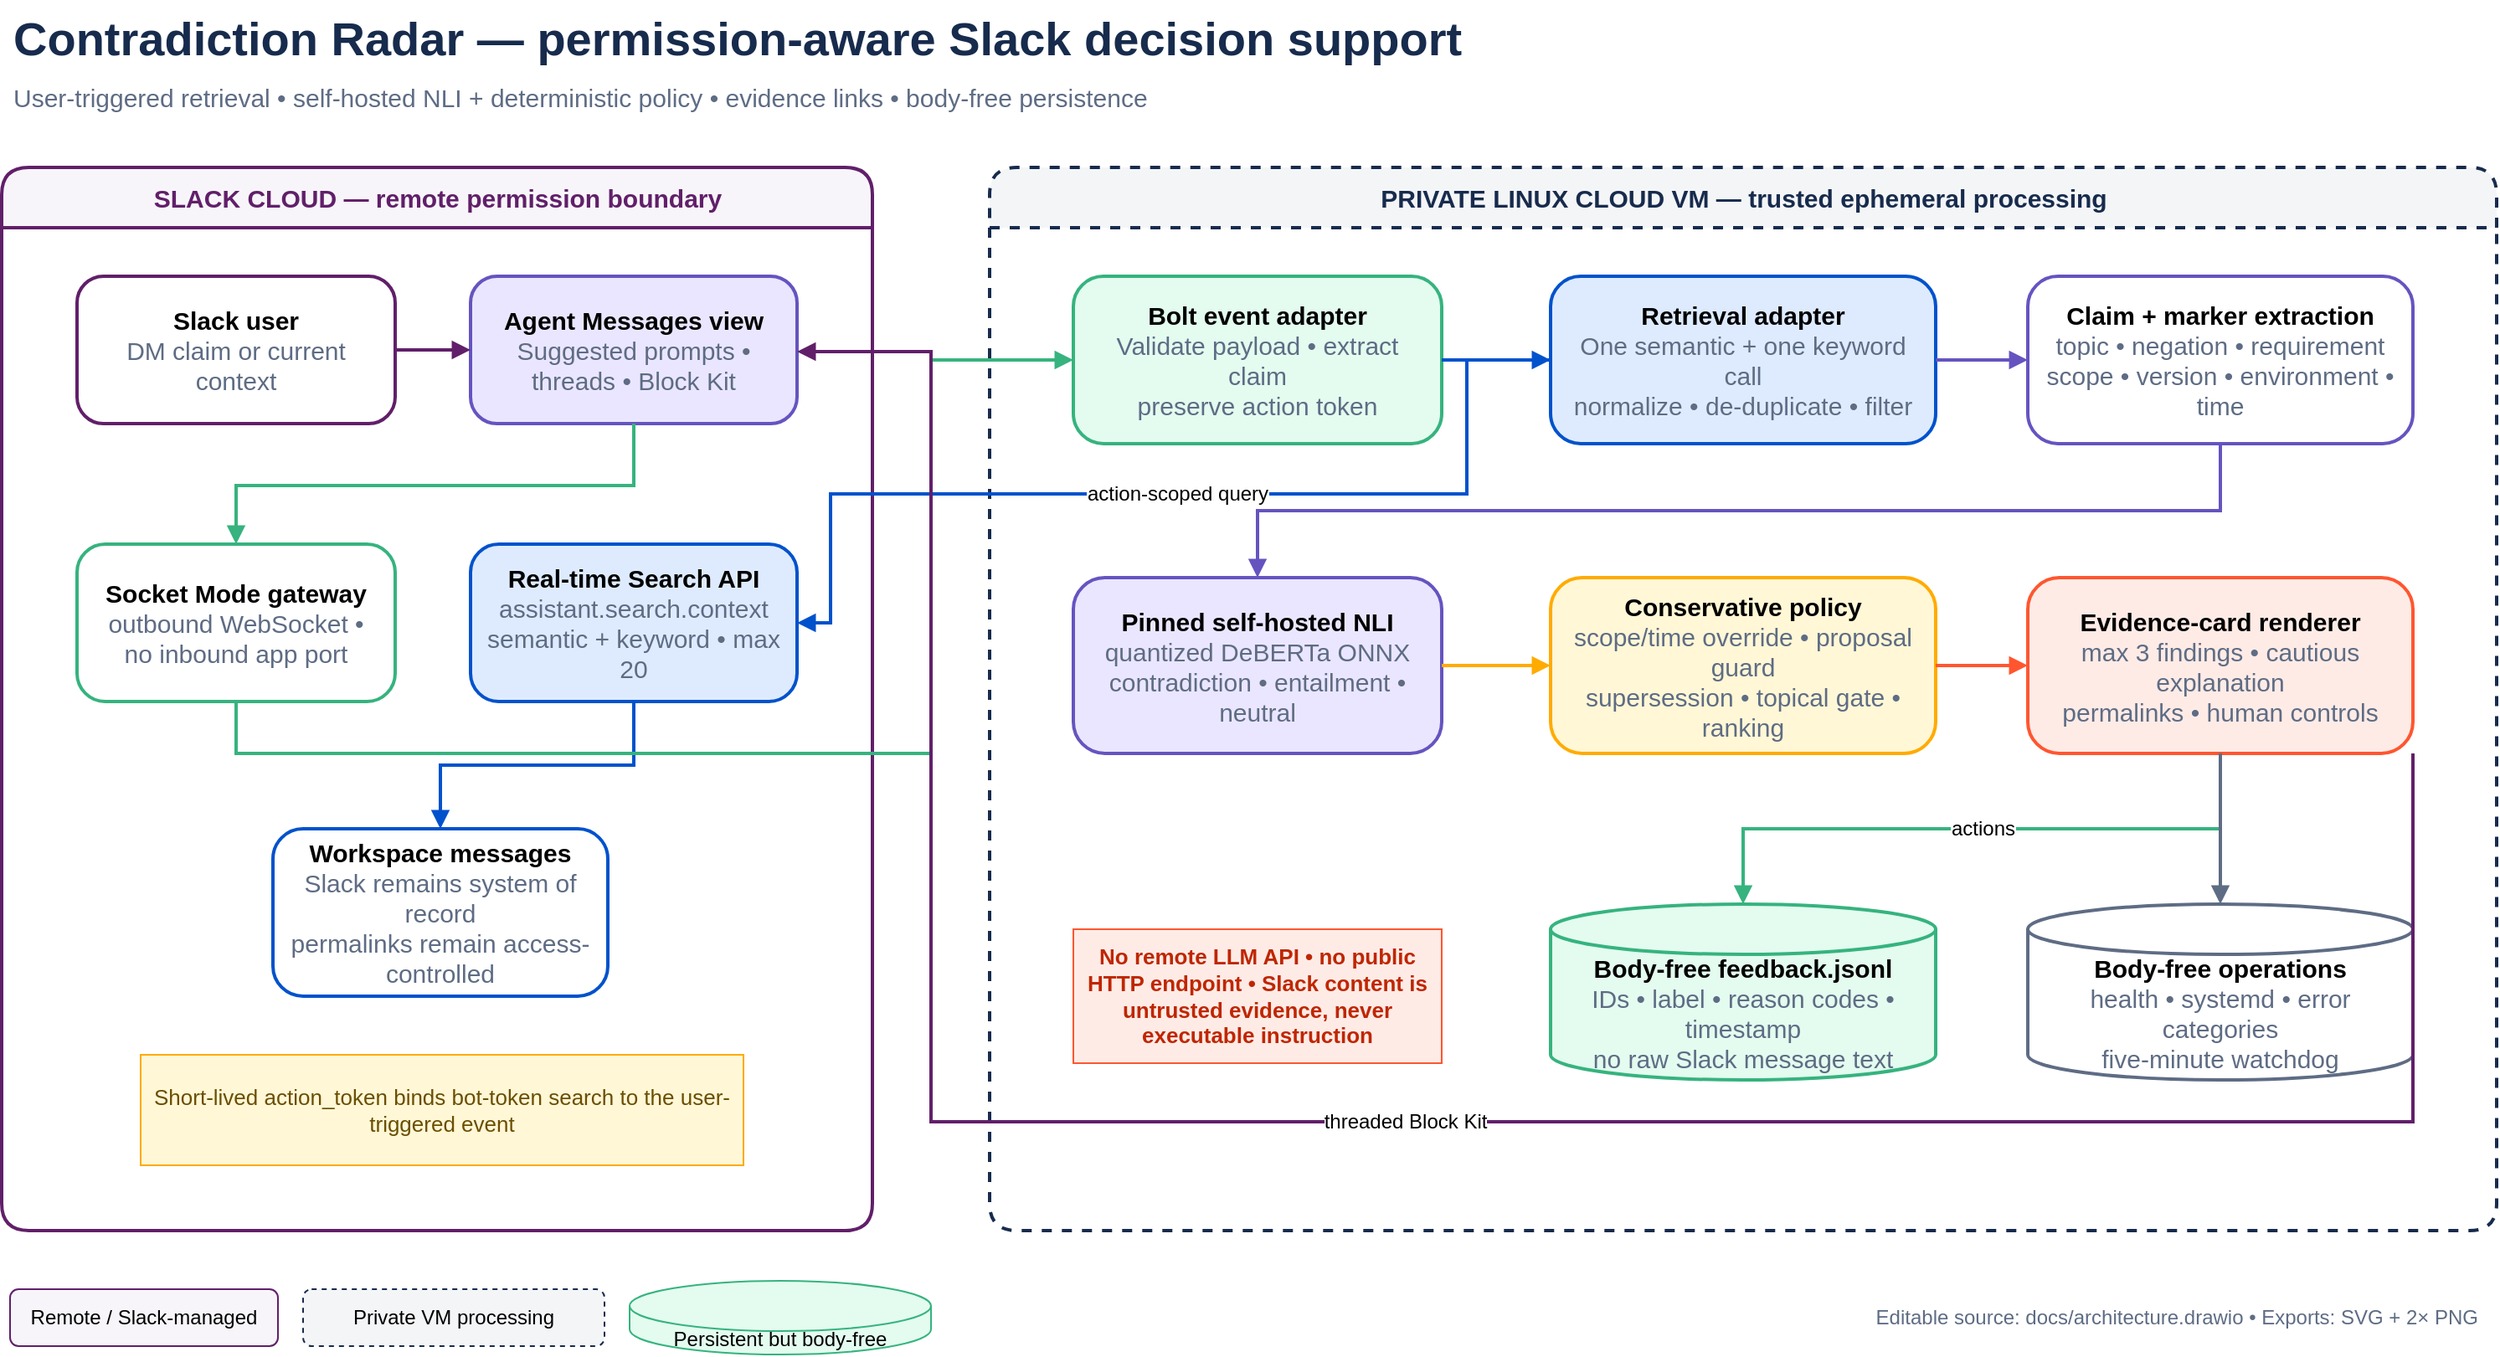
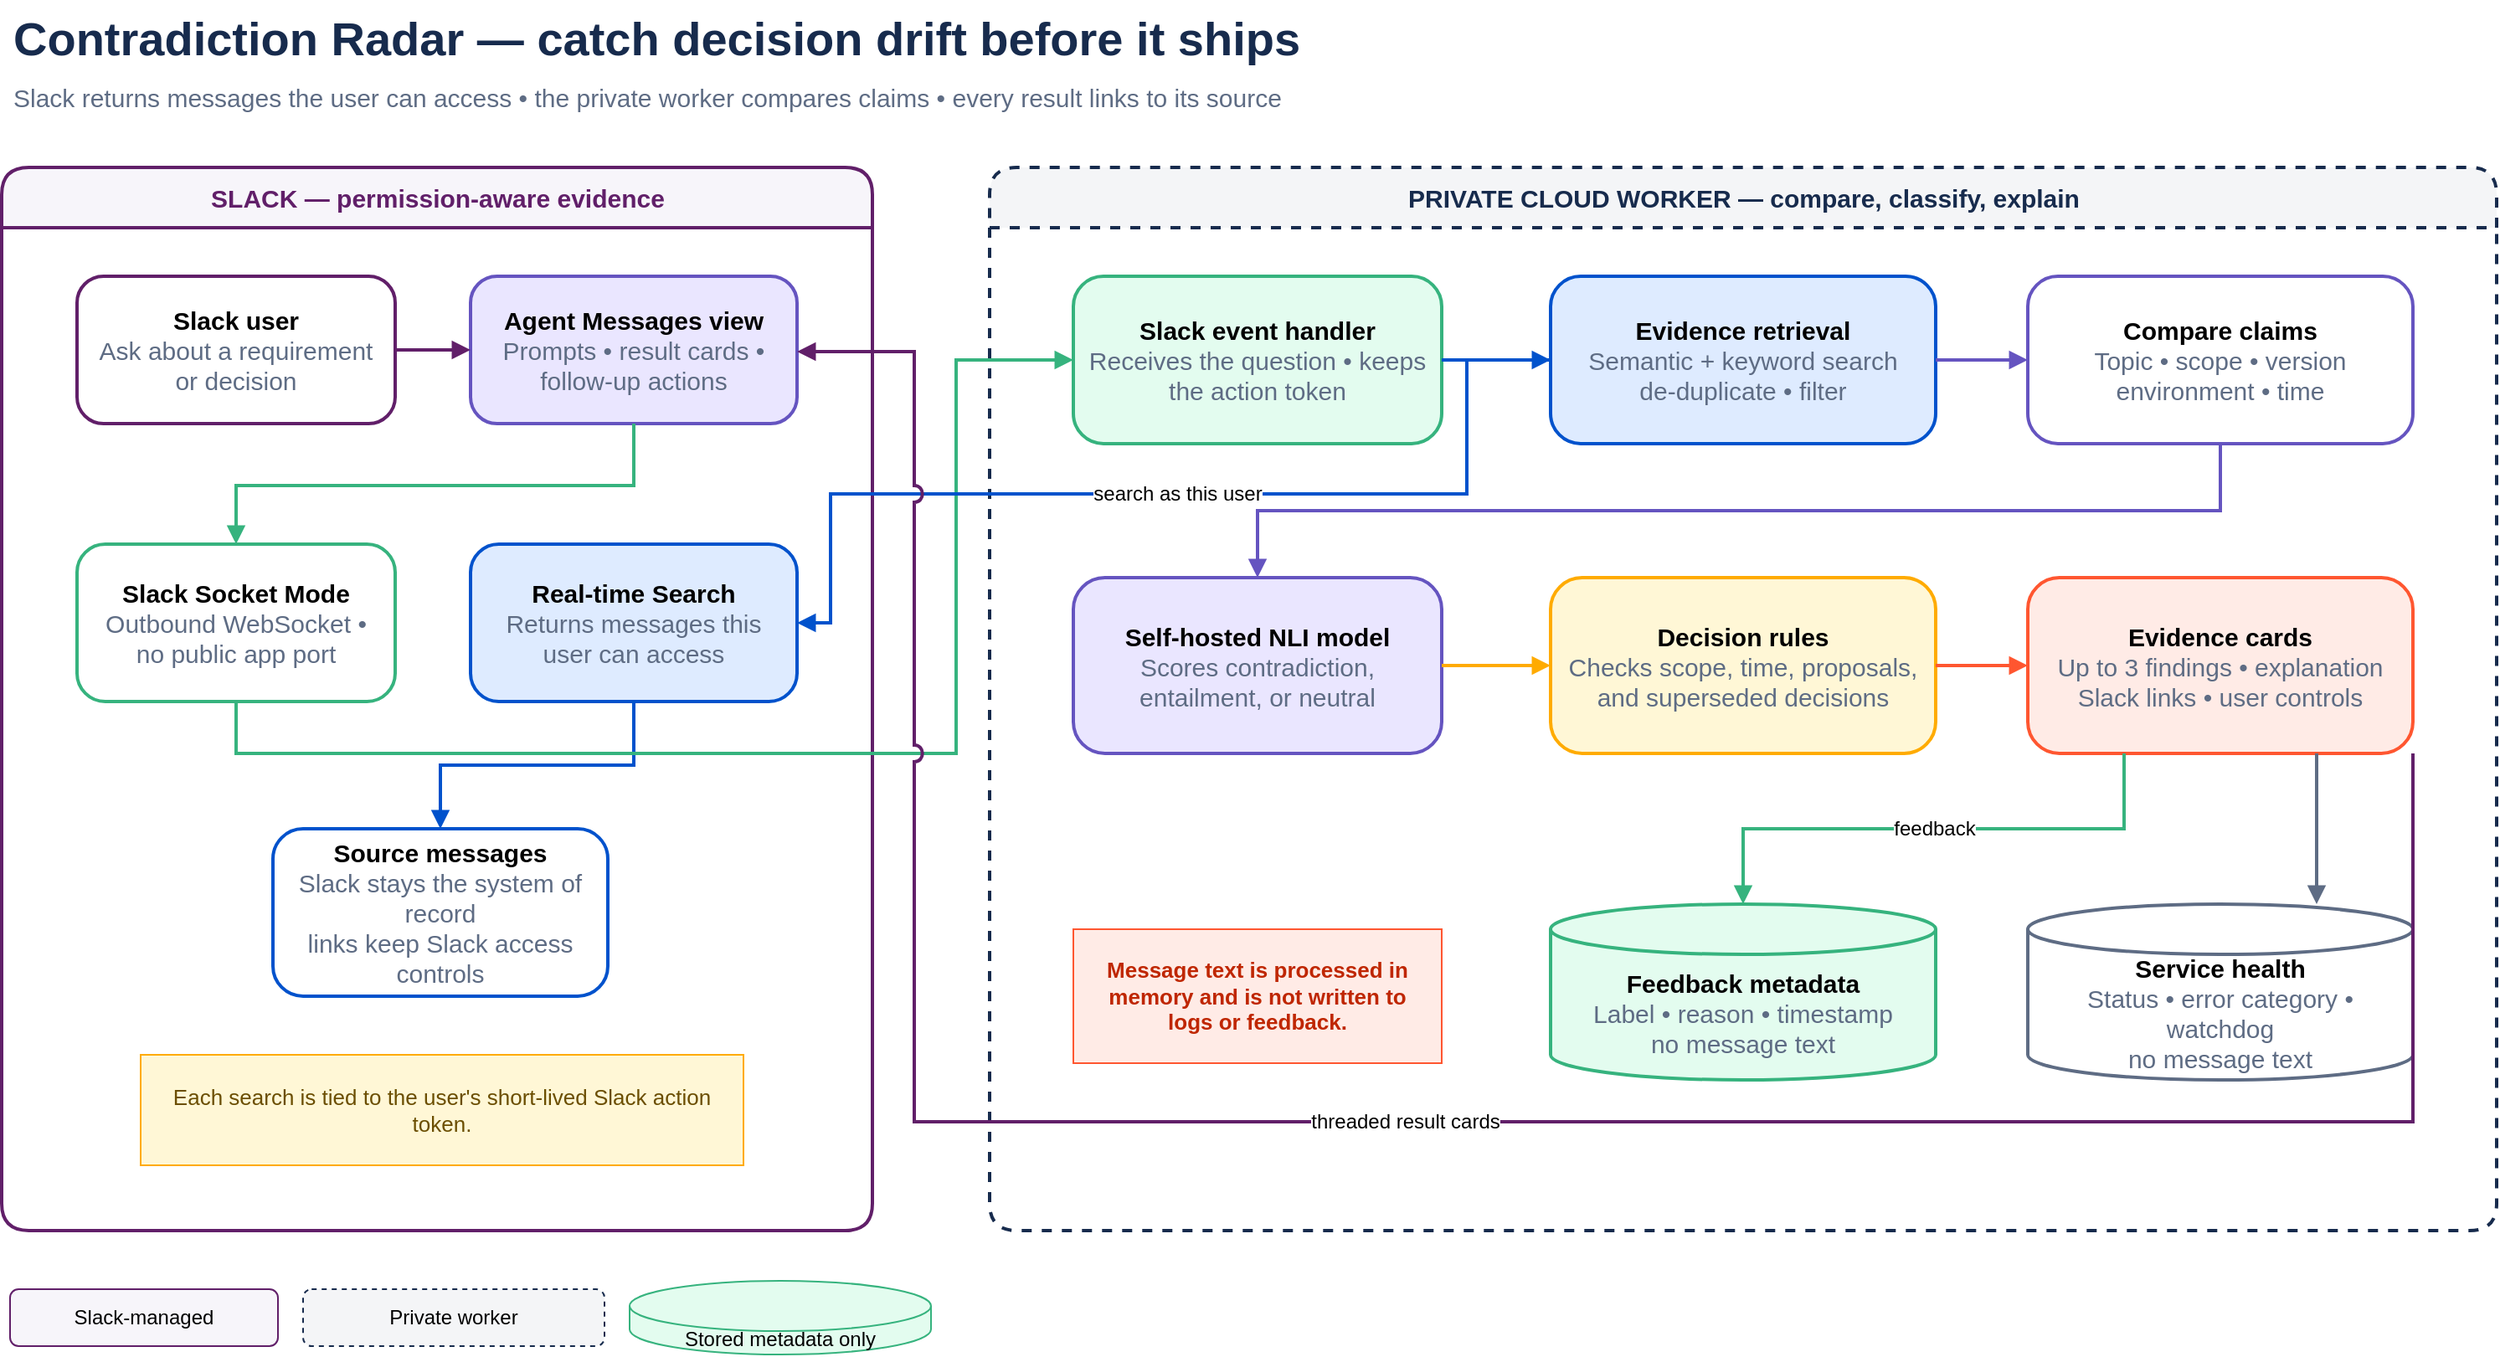
<mxfile host="app.diagrams.net" modified="2026-07-12T20:35:00.000Z" agent="Contradiction Radar" version="30.2.6" type="device">
  <diagram id="contradiction-radar" name="Architecture">
    <mxGraphModel dx="1600" dy="900" grid="1" gridSize="10" guides="1" tooltips="1" connect="1" arrows="1" fold="1" page="1" pageScale="1" pageWidth="1600" pageHeight="900" background="#FFFFFF" math="0" shadow="0">
      <root>
        <mxCell id="0"/>
        <mxCell id="1" parent="0"/>
-         <mxCell id="title" value="Contradiction Radar — permission-aware Slack decision support" style="text;html=1;align=left;verticalAlign=middle;fontSize=28;fontStyle=1;fontColor=#172B4D;" vertex="1" parent="1">
+         <mxCell id="title" value="Contradiction Radar — catch decision drift before it ships" style="text;html=1;align=left;verticalAlign=middle;fontSize=28;fontStyle=1;fontColor=#172B4D;" vertex="1" parent="1">
          <mxGeometry x="60" y="35" width="1200" height="45" as="geometry"/>
        </mxCell>
-         <mxCell id="subtitle" value="User-triggered retrieval • self-hosted NLI + deterministic policy • evidence links • body-free persistence" style="text;html=1;align=left;verticalAlign=middle;fontSize=15;fontColor=#5E6C84;" vertex="1" parent="1">
+         <mxCell id="subtitle" value="Slack returns messages the user can access • the private worker compares claims • every result links to its source" style="text;html=1;align=left;verticalAlign=middle;fontSize=15;fontColor=#5E6C84;" vertex="1" parent="1">
          <mxGeometry x="60" y="78" width="1200" height="30" as="geometry"/>
        </mxCell>

-         <mxCell id="slackCloud" value="SLACK CLOUD — remote permission boundary" style="swimlane;html=1;rounded=1;startSize=36;horizontal=1;fillColor=#F7F5FA;strokeColor=#611F69;strokeWidth=2;fontColor=#611F69;fontStyle=1;fontSize=15;" vertex="1" parent="1">
+         <mxCell id="slackCloud" value="SLACK — permission-aware evidence" style="swimlane;html=1;rounded=1;startSize=36;horizontal=1;fillColor=#F7F5FA;strokeColor=#611F69;strokeWidth=2;fontColor=#611F69;fontStyle=1;fontSize=15;" vertex="1" parent="1">
          <mxGeometry x="55" y="135" width="520" height="635" as="geometry"/>
        </mxCell>
-         <mxCell id="user" value="&lt;b&gt;Slack user&lt;/b&gt;&lt;br&gt;&lt;font color='#5E6C84'&gt;DM claim or current context&lt;/font&gt;" style="rounded=1;whiteSpace=wrap;html=1;fillColor=#FFFFFF;strokeColor=#611F69;strokeWidth=2;fontSize=15;arcSize=18;spacing=10;" vertex="1" parent="slackCloud">
+         <mxCell id="user" value="&lt;b&gt;Slack user&lt;/b&gt;&lt;br&gt;&lt;font color='#5E6C84'&gt;Ask about a requirement or decision&lt;/font&gt;" style="rounded=1;whiteSpace=wrap;html=1;fillColor=#FFFFFF;strokeColor=#611F69;strokeWidth=2;fontSize=15;arcSize=18;spacing=10;" vertex="1" parent="slackCloud">
          <mxGeometry x="45" y="65" width="190" height="88" as="geometry"/>
        </mxCell>
-         <mxCell id="agentView" value="&lt;b&gt;Agent Messages view&lt;/b&gt;&lt;br&gt;&lt;font color='#5E6C84'&gt;Suggested prompts • threads • Block Kit&lt;/font&gt;" style="rounded=1;whiteSpace=wrap;html=1;fillColor=#EAE6FF;strokeColor=#6554C0;strokeWidth=2;fontSize=15;arcSize=18;spacing=10;" vertex="1" parent="slackCloud">
+         <mxCell id="agentView" value="&lt;b&gt;Agent Messages view&lt;/b&gt;&lt;br&gt;&lt;font color='#5E6C84'&gt;Prompts • result cards • follow-up actions&lt;/font&gt;" style="rounded=1;whiteSpace=wrap;html=1;fillColor=#EAE6FF;strokeColor=#6554C0;strokeWidth=2;fontSize=15;arcSize=18;spacing=10;" vertex="1" parent="slackCloud">
          <mxGeometry x="280" y="65" width="195" height="88" as="geometry"/>
        </mxCell>
-         <mxCell id="socket" value="&lt;b&gt;Socket Mode gateway&lt;/b&gt;&lt;br&gt;&lt;font color='#5E6C84'&gt;outbound WebSocket • no inbound app port&lt;/font&gt;" style="rounded=1;whiteSpace=wrap;html=1;fillColor=#FFFFFF;strokeColor=#36B37E;strokeWidth=2;fontSize=15;arcSize=18;spacing=10;" vertex="1" parent="slackCloud">
+         <mxCell id="socket" value="&lt;b&gt;Slack Socket Mode&lt;/b&gt;&lt;br&gt;&lt;font color='#5E6C84'&gt;Outbound WebSocket • no public app port&lt;/font&gt;" style="rounded=1;whiteSpace=wrap;html=1;fillColor=#FFFFFF;strokeColor=#36B37E;strokeWidth=2;fontSize=15;arcSize=18;spacing=10;" vertex="1" parent="slackCloud">
          <mxGeometry x="45" y="225" width="190" height="94" as="geometry"/>
        </mxCell>
-         <mxCell id="rts" value="&lt;b&gt;Real-time Search API&lt;/b&gt;&lt;br&gt;&lt;font color='#5E6C84'&gt;assistant.search.context&lt;br&gt;semantic + keyword • max 20&lt;/font&gt;" style="rounded=1;whiteSpace=wrap;html=1;fillColor=#DEEBFF;strokeColor=#0052CC;strokeWidth=2;fontSize=15;arcSize=18;spacing=10;" vertex="1" parent="slackCloud">
+         <mxCell id="rts" value="&lt;b&gt;Real-time Search&lt;/b&gt;&lt;br&gt;&lt;font color='#5E6C84'&gt;Returns messages this user can access&lt;/font&gt;" style="rounded=1;whiteSpace=wrap;html=1;fillColor=#DEEBFF;strokeColor=#0052CC;strokeWidth=2;fontSize=15;arcSize=18;spacing=10;" vertex="1" parent="slackCloud">
          <mxGeometry x="280" y="225" width="195" height="94" as="geometry"/>
        </mxCell>
-         <mxCell id="workspace" value="&lt;b&gt;Workspace messages&lt;/b&gt;&lt;br&gt;&lt;font color='#5E6C84'&gt;Slack remains system of record&lt;br&gt;permalinks remain access-controlled&lt;/font&gt;" style="rounded=1;whiteSpace=wrap;html=1;fillColor=#FFFFFF;strokeColor=#0052CC;strokeWidth=2;fontSize=15;arcSize=18;spacing=10;" vertex="1" parent="slackCloud">
+         <mxCell id="workspace" value="&lt;b&gt;Source messages&lt;/b&gt;&lt;br&gt;&lt;font color='#5E6C84'&gt;Slack stays the system of record&lt;br&gt;links keep Slack access controls&lt;/font&gt;" style="rounded=1;whiteSpace=wrap;html=1;fillColor=#FFFFFF;strokeColor=#0052CC;strokeWidth=2;fontSize=15;arcSize=18;spacing=10;" vertex="1" parent="slackCloud">
          <mxGeometry x="162" y="395" width="200" height="100" as="geometry"/>
        </mxCell>
-         <mxCell id="token" value="Short-lived action_token binds bot-token search to the user-triggered event" style="note;whiteSpace=wrap;html=1;fillColor=#FFF7D6;strokeColor=#FFAB00;fontColor=#6B4E00;fontSize=13;spacing=8;" vertex="1" parent="slackCloud">
+         <mxCell id="token" value="Each search is tied to the user's short-lived Slack action token." style="note;whiteSpace=wrap;html=1;fillColor=#FFF7D6;strokeColor=#FFAB00;fontColor=#6B4E00;fontSize=13;spacing=8;" vertex="1" parent="slackCloud">
          <mxGeometry x="83" y="530" width="360" height="66" as="geometry"/>
        </mxCell>

-         <mxCell id="localBoundary" value="PRIVATE LINUX CLOUD VM — trusted ephemeral processing" style="swimlane;html=1;rounded=1;startSize=36;horizontal=1;fillColor=#F4F5F7;strokeColor=#172B4D;strokeWidth=2;dashed=1;fontColor=#172B4D;fontStyle=1;fontSize=15;" vertex="1" parent="1">
+         <mxCell id="localBoundary" value="PRIVATE CLOUD WORKER — compare, classify, explain" style="swimlane;html=1;rounded=1;startSize=36;horizontal=1;fillColor=#F4F5F7;strokeColor=#172B4D;strokeWidth=2;dashed=1;fontColor=#172B4D;fontStyle=1;fontSize=15;" vertex="1" parent="1">
          <mxGeometry x="645" y="135" width="900" height="635" as="geometry"/>
        </mxCell>
-         <mxCell id="bolt" value="&lt;b&gt;Bolt event adapter&lt;/b&gt;&lt;br&gt;&lt;font color='#5E6C84'&gt;Validate payload • extract claim&lt;br&gt;preserve action token&lt;/font&gt;" style="rounded=1;whiteSpace=wrap;html=1;fillColor=#E3FCEF;strokeColor=#36B37E;strokeWidth=2;fontSize=15;arcSize=18;spacing=10;" vertex="1" parent="localBoundary">
+         <mxCell id="bolt" value="&lt;b&gt;Slack event handler&lt;/b&gt;&lt;br&gt;&lt;font color='#5E6C84'&gt;Receives the question • keeps the action token&lt;/font&gt;" style="rounded=1;whiteSpace=wrap;html=1;fillColor=#E3FCEF;strokeColor=#36B37E;strokeWidth=2;fontSize=15;arcSize=18;spacing=10;" vertex="1" parent="localBoundary">
          <mxGeometry x="50" y="65" width="220" height="100" as="geometry"/>
        </mxCell>
-         <mxCell id="retrieval" value="&lt;b&gt;Retrieval adapter&lt;/b&gt;&lt;br&gt;&lt;font color='#5E6C84'&gt;One semantic + one keyword call&lt;br&gt;normalize • de-duplicate • filter&lt;/font&gt;" style="rounded=1;whiteSpace=wrap;html=1;fillColor=#DEEBFF;strokeColor=#0052CC;strokeWidth=2;fontSize=15;arcSize=18;spacing=10;" vertex="1" parent="localBoundary">
+         <mxCell id="retrieval" value="&lt;b&gt;Evidence retrieval&lt;/b&gt;&lt;br&gt;&lt;font color='#5E6C84'&gt;Semantic + keyword search&lt;br&gt;de-duplicate • filter&lt;/font&gt;" style="rounded=1;whiteSpace=wrap;html=1;fillColor=#DEEBFF;strokeColor=#0052CC;strokeWidth=2;fontSize=15;arcSize=18;spacing=10;" vertex="1" parent="localBoundary">
          <mxGeometry x="335" y="65" width="230" height="100" as="geometry"/>
        </mxCell>
-         <mxCell id="preprocess" value="&lt;b&gt;Claim + marker extraction&lt;/b&gt;&lt;br&gt;&lt;font color='#5E6C84'&gt;topic • negation • requirement&lt;br&gt;scope • version • environment • time&lt;/font&gt;" style="rounded=1;whiteSpace=wrap;html=1;fillColor=#FFFFFF;strokeColor=#6554C0;strokeWidth=2;fontSize=15;arcSize=18;spacing=10;" vertex="1" parent="localBoundary">
+         <mxCell id="preprocess" value="&lt;b&gt;Compare claims&lt;/b&gt;&lt;br&gt;&lt;font color='#5E6C84'&gt;Topic • scope • version&lt;br&gt;environment • time&lt;/font&gt;" style="rounded=1;whiteSpace=wrap;html=1;fillColor=#FFFFFF;strokeColor=#6554C0;strokeWidth=2;fontSize=15;arcSize=18;spacing=10;" vertex="1" parent="localBoundary">
          <mxGeometry x="620" y="65" width="230" height="100" as="geometry"/>
        </mxCell>
-         <mxCell id="nli" value="&lt;b&gt;Pinned self-hosted NLI&lt;/b&gt;&lt;br&gt;&lt;font color='#5E6C84'&gt;quantized DeBERTa ONNX&lt;br&gt;contradiction • entailment • neutral&lt;/font&gt;" style="rounded=1;whiteSpace=wrap;html=1;fillColor=#EAE6FF;strokeColor=#6554C0;strokeWidth=2;fontSize=15;arcSize=18;spacing=10;" vertex="1" parent="localBoundary">
+         <mxCell id="nli" value="&lt;b&gt;Self-hosted NLI model&lt;/b&gt;&lt;br&gt;&lt;font color='#5E6C84'&gt;Scores contradiction, entailment, or neutral&lt;/font&gt;" style="rounded=1;whiteSpace=wrap;html=1;fillColor=#EAE6FF;strokeColor=#6554C0;strokeWidth=2;fontSize=15;arcSize=18;spacing=10;" vertex="1" parent="localBoundary">
          <mxGeometry x="50" y="245" width="220" height="105" as="geometry"/>
        </mxCell>
-         <mxCell id="policy" value="&lt;b&gt;Conservative policy&lt;/b&gt;&lt;br&gt;&lt;font color='#5E6C84'&gt;scope/time override • proposal guard&lt;br&gt;supersession • topical gate • ranking&lt;/font&gt;" style="rounded=1;whiteSpace=wrap;html=1;fillColor=#FFF7D6;strokeColor=#FFAB00;strokeWidth=2;fontSize=15;arcSize=18;spacing=10;" vertex="1" parent="localBoundary">
+         <mxCell id="policy" value="&lt;b&gt;Decision rules&lt;/b&gt;&lt;br&gt;&lt;font color='#5E6C84'&gt;Checks scope, time, proposals,&lt;br&gt;and superseded decisions&lt;/font&gt;" style="rounded=1;whiteSpace=wrap;html=1;fillColor=#FFF7D6;strokeColor=#FFAB00;strokeWidth=2;fontSize=15;arcSize=18;spacing=10;" vertex="1" parent="localBoundary">
          <mxGeometry x="335" y="245" width="230" height="105" as="geometry"/>
        </mxCell>
-         <mxCell id="renderer" value="&lt;b&gt;Evidence-card renderer&lt;/b&gt;&lt;br&gt;&lt;font color='#5E6C84'&gt;max 3 findings • cautious explanation&lt;br&gt;permalinks • human controls&lt;/font&gt;" style="rounded=1;whiteSpace=wrap;html=1;fillColor=#FFEBE6;strokeColor=#FF5630;strokeWidth=2;fontSize=15;arcSize=18;spacing=10;" vertex="1" parent="localBoundary">
+         <mxCell id="renderer" value="&lt;b&gt;Evidence cards&lt;/b&gt;&lt;br&gt;&lt;font color='#5E6C84'&gt;Up to 3 findings • explanation&lt;br&gt;Slack links • user controls&lt;/font&gt;" style="rounded=1;whiteSpace=wrap;html=1;fillColor=#FFEBE6;strokeColor=#FF5630;strokeWidth=2;fontSize=15;arcSize=18;spacing=10;" vertex="1" parent="localBoundary">
          <mxGeometry x="620" y="245" width="230" height="105" as="geometry"/>
        </mxCell>
-         <mxCell id="feedback" value="&lt;b&gt;Body-free feedback.jsonl&lt;/b&gt;&lt;br&gt;&lt;font color='#5E6C84'&gt;IDs • label • reason codes • timestamp&lt;br&gt;no raw Slack message text&lt;/font&gt;" style="shape=cylinder3;whiteSpace=wrap;html=1;boundedLbl=1;backgroundOutline=1;fillColor=#E3FCEF;strokeColor=#36B37E;strokeWidth=2;fontSize=15;spacing=10;" vertex="1" parent="localBoundary">
+         <mxCell id="feedback" value="&lt;b&gt;Feedback metadata&lt;/b&gt;&lt;br&gt;&lt;font color='#5E6C84'&gt;Label • reason • timestamp&lt;br&gt;no message text&lt;/font&gt;" style="shape=cylinder3;whiteSpace=wrap;html=1;boundedLbl=1;backgroundOutline=1;fillColor=#E3FCEF;strokeColor=#36B37E;strokeWidth=2;fontSize=15;spacing=10;" vertex="1" parent="localBoundary">
          <mxGeometry x="335" y="440" width="230" height="105" as="geometry"/>
        </mxCell>
-         <mxCell id="logs" value="&lt;b&gt;Body-free operations&lt;/b&gt;&lt;br&gt;&lt;font color='#5E6C84'&gt;health • systemd • error categories&lt;br&gt;five-minute watchdog&lt;/font&gt;" style="shape=cylinder3;whiteSpace=wrap;html=1;boundedLbl=1;backgroundOutline=1;fillColor=#FFFFFF;strokeColor=#5E6C84;strokeWidth=2;fontSize=15;spacing=10;" vertex="1" parent="localBoundary">
+         <mxCell id="logs" value="&lt;b&gt;Service health&lt;/b&gt;&lt;br&gt;&lt;font color='#5E6C84'&gt;Status • error category • watchdog&lt;br&gt;no message text&lt;/font&gt;" style="shape=cylinder3;whiteSpace=wrap;html=1;boundedLbl=1;backgroundOutline=1;fillColor=#FFFFFF;strokeColor=#5E6C84;strokeWidth=2;fontSize=15;spacing=10;" vertex="1" parent="localBoundary">
          <mxGeometry x="620" y="440" width="230" height="105" as="geometry"/>
        </mxCell>
-         <mxCell id="noRemote" value="No remote LLM API • no public HTTP endpoint • Slack content is untrusted evidence, never executable instruction" style="note;whiteSpace=wrap;html=1;fillColor=#FFEBE6;strokeColor=#FF5630;fontColor=#BF2600;fontStyle=1;fontSize=13;spacing=8;" vertex="1" parent="localBoundary">
+         <mxCell id="noRemote" value="Message text is processed in memory and is not written to logs or feedback." style="note;whiteSpace=wrap;html=1;fillColor=#FFEBE6;strokeColor=#FF5630;fontColor=#BF2600;fontStyle=1;fontSize=13;spacing=8;" vertex="1" parent="localBoundary">
          <mxGeometry x="50" y="455" width="220" height="80" as="geometry"/>
        </mxCell>

        <mxCell id="e1" style="edgeStyle=orthogonalEdgeStyle;rounded=0;orthogonalLoop=1;jettySize=auto;html=1;strokeColor=#611F69;strokeWidth=2;endArrow=block;endFill=1;" edge="1" parent="slackCloud" source="user" target="agentView"><mxGeometry relative="1" as="geometry"/></mxCell>
        <mxCell id="e2" style="edgeStyle=orthogonalEdgeStyle;rounded=0;html=1;strokeColor=#36B37E;strokeWidth=2;endArrow=block;endFill=1;exitX=0.5;exitY=1;exitDx=0;exitDy=0;entryX=0.5;entryY=0;entryDx=0;entryDy=0;" edge="1" parent="slackCloud" source="agentView" target="socket"><mxGeometry relative="1" as="geometry"><Array as="points"><mxPoint x="377" y="190"/><mxPoint x="140" y="190"/></Array></mxGeometry></mxCell>
        <mxCell id="e3" style="edgeStyle=orthogonalEdgeStyle;rounded=0;html=1;strokeColor=#0052CC;strokeWidth=2;endArrow=block;endFill=1;" edge="1" parent="slackCloud" source="rts" target="workspace"><mxGeometry relative="1" as="geometry"/></mxCell>

-         <mxCell id="e4" style="edgeStyle=orthogonalEdgeStyle;rounded=0;html=1;strokeColor=#36B37E;strokeWidth=2;endArrow=block;endFill=1;exitX=0.5;exitY=1;exitDx=0;exitDy=0;entryX=0;entryY=0.5;entryDx=0;entryDy=0;" edge="1" parent="1" source="socket" target="bolt"><mxGeometry relative="1" as="geometry"><Array as="points"><mxPoint x="195" y="485"/><mxPoint x="610" y="485"/><mxPoint x="610" y="250"/></Array></mxGeometry></mxCell>
+         <mxCell id="e4" style="edgeStyle=orthogonalEdgeStyle;rounded=0;html=1;strokeColor=#36B37E;strokeWidth=2;endArrow=block;endFill=1;exitX=0.5;exitY=1;exitDx=0;exitDy=0;entryX=0;entryY=0.5;entryDx=0;entryDy=0;" edge="1" parent="1" source="socket" target="bolt"><mxGeometry relative="1" as="geometry"><Array as="points"><mxPoint x="195" y="485"/><mxPoint x="625" y="485"/><mxPoint x="625" y="250"/></Array></mxGeometry></mxCell>
        <mxCell id="e5" style="edgeStyle=orthogonalEdgeStyle;rounded=0;html=1;strokeColor=#0052CC;strokeWidth=2;endArrow=block;endFill=1;" edge="1" parent="localBoundary" source="bolt" target="retrieval"><mxGeometry relative="1" as="geometry"/></mxCell>
        <mxCell id="e6" style="edgeStyle=orthogonalEdgeStyle;rounded=0;html=1;strokeColor=#6554C0;strokeWidth=2;endArrow=block;endFill=1;" edge="1" parent="localBoundary" source="retrieval" target="preprocess"><mxGeometry relative="1" as="geometry"/></mxCell>
-         <mxCell id="e7" value="action-scoped query" style="edgeStyle=orthogonalEdgeStyle;rounded=0;html=1;strokeColor=#0052CC;strokeWidth=2;endArrow=block;endFill=1;fontSize=12;labelBackgroundColor=#FFFFFF;" edge="1" parent="1" source="retrieval" target="rts"><mxGeometry relative="1" as="geometry"><Array as="points"><mxPoint x="930" y="330"/><mxPoint x="550" y="330"/><mxPoint x="550" y="407"/></Array></mxGeometry></mxCell>
+         <mxCell id="e7" value="search as this user" style="edgeStyle=orthogonalEdgeStyle;rounded=0;html=1;strokeColor=#0052CC;strokeWidth=2;endArrow=block;endFill=1;fontSize=12;labelBackgroundColor=#FFFFFF;" edge="1" parent="1" source="retrieval" target="rts"><mxGeometry relative="1" as="geometry"><Array as="points"><mxPoint x="930" y="330"/><mxPoint x="550" y="330"/><mxPoint x="550" y="407"/></Array></mxGeometry></mxCell>
        <mxCell id="e8" style="edgeStyle=orthogonalEdgeStyle;rounded=0;html=1;strokeColor=#6554C0;strokeWidth=2;endArrow=block;endFill=1;exitX=0.5;exitY=1;exitDx=0;exitDy=0;entryX=0.5;entryY=0;entryDx=0;entryDy=0;" edge="1" parent="localBoundary" source="preprocess" target="nli"><mxGeometry relative="1" as="geometry"><Array as="points"><mxPoint x="735" y="205"/><mxPoint x="160" y="205"/></Array></mxGeometry></mxCell>
        <mxCell id="e9" style="edgeStyle=orthogonalEdgeStyle;rounded=0;html=1;strokeColor=#FFAB00;strokeWidth=2;endArrow=block;endFill=1;" edge="1" parent="localBoundary" source="nli" target="policy"><mxGeometry relative="1" as="geometry"/></mxCell>
        <mxCell id="e10" style="edgeStyle=orthogonalEdgeStyle;rounded=0;html=1;strokeColor=#FF5630;strokeWidth=2;endArrow=block;endFill=1;" edge="1" parent="localBoundary" source="policy" target="renderer"><mxGeometry relative="1" as="geometry"/></mxCell>
-         <mxCell id="e11" value="threaded Block Kit" style="edgeStyle=orthogonalEdgeStyle;rounded=0;html=1;strokeColor=#611F69;strokeWidth=2;endArrow=block;endFill=1;fontSize=12;labelBackgroundColor=#FFFFFF;" edge="1" parent="1" source="renderer" target="agentView"><mxGeometry relative="1" as="geometry"><Array as="points"><mxPoint x="1495" y="705"/><mxPoint x="610" y="705"/><mxPoint x="610" y="245"/><mxPoint x="530" y="245"/></Array></mxGeometry></mxCell>
-         <mxCell id="e12" value="actions" style="edgeStyle=orthogonalEdgeStyle;rounded=0;html=1;strokeColor=#36B37E;strokeWidth=2;endArrow=block;endFill=1;fontSize=12;labelBackgroundColor=#FFFFFF;exitX=0.5;exitY=1;exitDx=0;exitDy=0;entryX=0.5;entryY=0;entryDx=0;entryDy=0;" edge="1" parent="localBoundary" source="renderer" target="feedback"><mxGeometry relative="1" as="geometry"><Array as="points"><mxPoint x="735" y="395"/><mxPoint x="450" y="395"/></Array></mxGeometry></mxCell>
-         <mxCell id="e13" style="edgeStyle=orthogonalEdgeStyle;rounded=0;html=1;strokeColor=#5E6C84;strokeWidth=2;endArrow=block;endFill=1;" edge="1" parent="localBoundary" source="renderer" target="logs"><mxGeometry relative="1" as="geometry"/></mxCell>
+         <mxCell id="e11" value="threaded result cards" style="edgeStyle=orthogonalEdgeStyle;rounded=0;html=1;strokeColor=#611F69;strokeWidth=2;endArrow=block;endFill=1;fontSize=12;labelBackgroundColor=#FFFFFF;jumpStyle=arc;jumpSize=8;" edge="1" parent="1" source="renderer" target="agentView"><mxGeometry relative="1" as="geometry"><Array as="points"><mxPoint x="1495" y="705"/><mxPoint x="600" y="705"/><mxPoint x="600" y="245"/><mxPoint x="530" y="245"/></Array></mxGeometry></mxCell>
+         <mxCell id="e12" value="feedback" style="edgeStyle=orthogonalEdgeStyle;rounded=0;html=1;strokeColor=#36B37E;strokeWidth=2;endArrow=block;endFill=1;fontSize=12;labelBackgroundColor=#FFFFFF;exitX=0.25;exitY=1;exitDx=0;exitDy=0;entryX=0.5;entryY=0;entryDx=0;entryDy=0;" edge="1" parent="localBoundary" source="renderer" target="feedback"><mxGeometry relative="1" as="geometry"><Array as="points"><mxPoint x="678" y="395"/><mxPoint x="450" y="395"/></Array></mxGeometry></mxCell>
+         <mxCell id="e13" style="edgeStyle=orthogonalEdgeStyle;rounded=0;html=1;strokeColor=#5E6C84;strokeWidth=2;endArrow=block;endFill=1;exitX=0.75;exitY=1;exitDx=0;exitDy=0;entryX=0.75;entryY=0;entryDx=0;entryDy=0;" edge="1" parent="localBoundary" source="renderer" target="logs"><mxGeometry relative="1" as="geometry"/></mxCell>

-         <mxCell id="legend1" value="Remote / Slack-managed" style="rounded=1;whiteSpace=wrap;html=1;fillColor=#F7F5FA;strokeColor=#611F69;fontSize=12;" vertex="1" parent="1"><mxGeometry x="60" y="805" width="160" height="34" as="geometry"/></mxCell>
-         <mxCell id="legend2" value="Private VM processing" style="rounded=1;whiteSpace=wrap;html=1;fillColor=#F4F5F7;strokeColor=#172B4D;dashed=1;fontSize=12;" vertex="1" parent="1"><mxGeometry x="235" y="805" width="180" height="34" as="geometry"/></mxCell>
-         <mxCell id="legend3" value="Persistent but body-free" style="shape=cylinder3;whiteSpace=wrap;html=1;boundedLbl=1;backgroundOutline=1;fillColor=#E3FCEF;strokeColor=#36B37E;fontSize=12;" vertex="1" parent="1"><mxGeometry x="430" y="800" width="180" height="44" as="geometry"/></mxCell>
-         <mxCell id="footer" value="Editable source: docs/architecture.drawio • Exports: SVG + 2× PNG" style="text;html=1;align=right;verticalAlign=middle;fontSize=12;fontColor=#5E6C84;" vertex="1" parent="1"><mxGeometry x="1050" y="805" width="485" height="34" as="geometry"/></mxCell>
+         <mxCell id="legend1" value="Slack-managed" style="rounded=1;whiteSpace=wrap;html=1;fillColor=#F7F5FA;strokeColor=#611F69;fontSize=12;" vertex="1" parent="1"><mxGeometry x="60" y="805" width="160" height="34" as="geometry"/></mxCell>
+         <mxCell id="legend2" value="Private worker" style="rounded=1;whiteSpace=wrap;html=1;fillColor=#F4F5F7;strokeColor=#172B4D;dashed=1;fontSize=12;" vertex="1" parent="1"><mxGeometry x="235" y="805" width="180" height="34" as="geometry"/></mxCell>
+         <mxCell id="legend3" value="Stored metadata only" style="shape=cylinder3;whiteSpace=wrap;html=1;boundedLbl=1;backgroundOutline=1;fillColor=#E3FCEF;strokeColor=#36B37E;fontSize=12;" vertex="1" parent="1"><mxGeometry x="430" y="800" width="180" height="44" as="geometry"/></mxCell>
      </root>
    </mxGraphModel>
  </diagram>
</mxfile>
